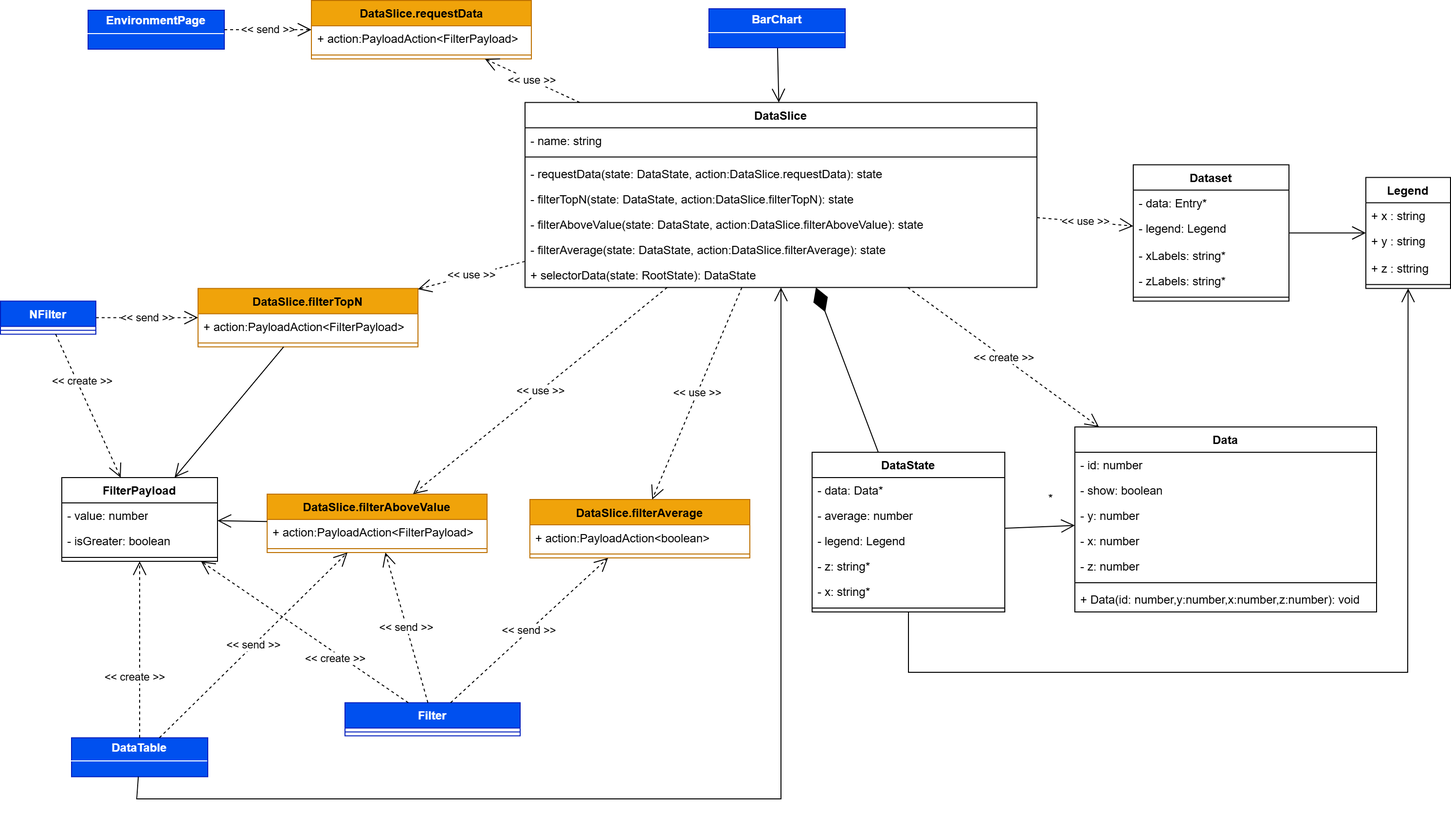
6BitBusters/6BitBusters.github.io keeps this draw.io diagram as Docs/PB/Generali Esterni/specifica_tecnica/template/images/uml_front/logic/dataslice.png. Above is the earlier version. Source tidied: cells renumbered, new cells last; positions are measured from the earlier drawing's top-left corner, leaving out a move shared by most shapes.
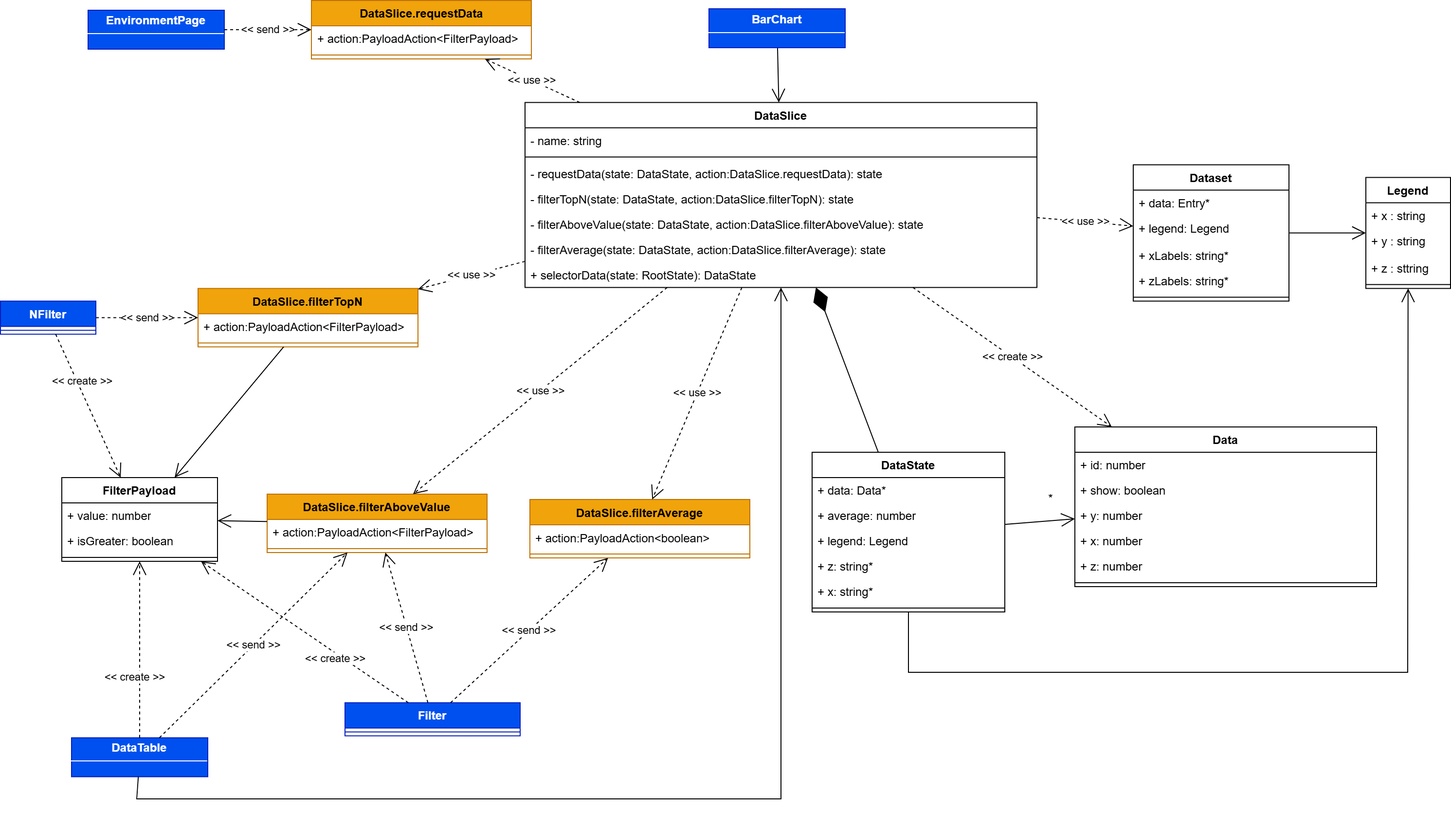
After the change.

Commit message:
change: attributi pubblici

What changed in the source:
```diff
@@ -14,12 +14,12 @@
     <mxCell id="5" value="FilterPayload" style="swimlane;fontStyle=1;align=center;verticalAlign=top;horizontal=1;startSize=26;whiteSpace=wrap;html=1;" parent="1" vertex="1">
       <mxGeometry x="63" y="490" width="160" height="86" as="geometry" />
     </mxCell>
-    <mxCell id="6" value="- value: number" style="text;strokeColor=none;fillColor=none;align=left;verticalAlign=top;spacingLeft=4;spacingRight=4;overflow=hidden;whiteSpace=wrap;html=1;" parent="5" vertex="1">
-      <mxGeometry y="26" width="160" height="26" as="geometry" />
-    </mxCell>
-    <mxCell id="7" value="- isGreater: boolean" style="text;strokeColor=none;fillColor=none;align=left;verticalAlign=top;spacingLeft=4;spacingRight=4;overflow=hidden;whiteSpace=wrap;html=1;" parent="5" vertex="1">
-      <mxGeometry y="52" width="160" height="26" as="geometry" />
-    </mxCell>
+    <mxCell id="82" value="+ value: number" style="text;strokeColor=none;fillColor=none;align=left;verticalAlign=top;spacingLeft=4;spacingRight=4;overflow=hidden;whiteSpace=wrap;html=1;" parent="5" vertex="1">
+      <mxGeometry y="26" width="160" height="26" as="geometry" />
+    </mxCell>
+    <mxCell id="83" value="+ isGreater: boolean" style="text;strokeColor=none;fillColor=none;align=left;verticalAlign=top;spacingLeft=4;spacingRight=4;overflow=hidden;whiteSpace=wrap;html=1;" parent="5" vertex="1">
+      <mxGeometry y="52" width="160" height="26" as="geometry" />
+    </mxCell>
     <mxCell id="8" style="line;strokeWidth=1;fillColor=none;align=left;verticalAlign=middle;spacingTop=-1;spacingLeft=3;spacingRight=3;labelPosition=right;strokeColor=inherit;" parent="5" vertex="1">
       <mxGeometry y="78" width="160" height="8" as="geometry" />
     </mxCell>
@@ -29,30 +29,30 @@
     <mxCell id="10" value="DataSlice.filterTopN" style="swimlane;fontStyle=1;align=center;verticalAlign=top;horizontal=1;startSize=26;whiteSpace=wrap;html=1;fillColor=#f0a30a;fontColor=#000000;strokeColor=#BD7000;" parent="1" vertex="1">
       <mxGeometry x="203" y="295.8" width="226" height="60" as="geometry" />
     </mxCell>
-    <mxCell id="11" value="+ action:PayloadAction&amp;lt;FilterPayload&amp;gt;" style="text;strokeColor=none;fillColor=none;align=left;verticalAlign=top;spacingLeft=4;spacingRight=4;overflow=hidden;whiteSpace=wrap;html=1;" parent="10" vertex="1">
-      <mxGeometry y="26" width="226" height="26" as="geometry" />
-    </mxCell>
-    <mxCell id="12" style="line;strokeWidth=1;fillColor=none;align=left;verticalAlign=middle;spacingTop=-1;spacingLeft=3;spacingRight=3;labelPosition=right;strokeColor=inherit;" parent="10" vertex="1">
-      <mxGeometry y="52" width="226" height="8" as="geometry" />
-    </mxCell>
+    <mxCell id="84" value="+ action:PayloadAction&amp;lt;FilterPayload&amp;gt;" style="text;strokeColor=none;fillColor=none;align=left;verticalAlign=top;spacingLeft=4;spacingRight=4;overflow=hidden;whiteSpace=wrap;html=1;" parent="10" vertex="1">
+      <mxGeometry y="26" width="226" height="26" as="geometry" />
+    </mxCell>
+    <mxCell id="85" style="line;strokeWidth=1;fillColor=none;align=left;verticalAlign=middle;spacingTop=-1;spacingLeft=3;spacingRight=3;labelPosition=right;strokeColor=inherit;" parent="10" vertex="1">
+      <mxGeometry y="52" width="226" height="8" as="geometry" />
+    </mxCell>
     <mxCell id="13" value="DataSlice.filterAboveValue" style="swimlane;fontStyle=1;align=center;verticalAlign=top;horizontal=1;startSize=26;whiteSpace=wrap;html=1;fillColor=#f0a30a;fontColor=#000000;strokeColor=#BD7000;" parent="1" vertex="1">
       <mxGeometry x="274" y="507" width="226" height="60" as="geometry" />
     </mxCell>
-    <mxCell id="14" value="+ action:PayloadAction&amp;lt;FilterPayload&amp;gt;" style="text;strokeColor=none;fillColor=none;align=left;verticalAlign=top;spacingLeft=4;spacingRight=4;overflow=hidden;whiteSpace=wrap;html=1;" parent="13" vertex="1">
-      <mxGeometry y="26" width="226" height="26" as="geometry" />
-    </mxCell>
-    <mxCell id="15" style="line;strokeWidth=1;fillColor=none;align=left;verticalAlign=middle;spacingTop=-1;spacingLeft=3;spacingRight=3;labelPosition=right;strokeColor=inherit;" parent="13" vertex="1">
-      <mxGeometry y="52" width="226" height="8" as="geometry" />
-    </mxCell>
+    <mxCell id="86" value="+ action:PayloadAction&amp;lt;FilterPayload&amp;gt;" style="text;strokeColor=none;fillColor=none;align=left;verticalAlign=top;spacingLeft=4;spacingRight=4;overflow=hidden;whiteSpace=wrap;html=1;" parent="13" vertex="1">
+      <mxGeometry y="26" width="226" height="26" as="geometry" />
+    </mxCell>
+    <mxCell id="87" style="line;strokeWidth=1;fillColor=none;align=left;verticalAlign=middle;spacingTop=-1;spacingLeft=3;spacingRight=3;labelPosition=right;strokeColor=inherit;" parent="13" vertex="1">
+      <mxGeometry y="52" width="226" height="8" as="geometry" />
+    </mxCell>
     <mxCell id="16" value="DataSlice.filterAverage" style="swimlane;fontStyle=1;align=center;verticalAlign=top;horizontal=1;startSize=26;whiteSpace=wrap;html=1;fillColor=#f0a30a;fontColor=#000000;strokeColor=#BD7000;" parent="1" vertex="1">
       <mxGeometry x="544" y="512.5" width="226" height="60" as="geometry" />
     </mxCell>
     <mxCell id="17" value="+ action:PayloadAction&amp;lt;boolean&amp;gt;" style="text;strokeColor=none;fillColor=none;align=left;verticalAlign=top;spacingLeft=4;spacingRight=4;overflow=hidden;whiteSpace=wrap;html=1;" parent="16" vertex="1">
       <mxGeometry y="26" width="226" height="26" as="geometry" />
     </mxCell>
-    <mxCell id="18" style="line;strokeWidth=1;fillColor=none;align=left;verticalAlign=middle;spacingTop=-1;spacingLeft=3;spacingRight=3;labelPosition=right;strokeColor=inherit;" parent="16" vertex="1">
-      <mxGeometry y="52" width="226" height="8" as="geometry" />
-    </mxCell>
+    <mxCell id="88" style="line;strokeWidth=1;fillColor=none;align=left;verticalAlign=middle;spacingTop=-1;spacingLeft=3;spacingRight=3;labelPosition=right;strokeColor=inherit;" parent="16" vertex="1">
+      <mxGeometry y="52" width="226" height="8" as="geometry" />
+    </mxCell>
     <mxCell id="19" style="endArrow=open;endFill=1;endSize=12;html=1;rounded=0;" parent="1" edge="1" source="10" target="5">
       <mxGeometry relative="1" as="geometry" />
     </mxCell>
@@ -143,38 +143,35 @@
       <mxGeometry y="164" width="526" height="26" as="geometry" />
     </mxCell>
     <mxCell id="47" value="Data" style="swimlane;fontStyle=1;align=center;verticalAlign=top;horizontal=1;startSize=26;whiteSpace=wrap;html=1;" parent="1" vertex="1">
-      <mxGeometry x="1104" y="438" width="310" height="190" as="geometry" />
+      <mxGeometry x="1104" y="438" width="310" height="164" as="geometry" />
     </mxCell>
-    <mxCell id="48" value="- id: number" style="text;strokeColor=none;fillColor=none;align=left;verticalAlign=top;spacingLeft=4;spacingRight=4;overflow=hidden;whiteSpace=wrap;html=1;" parent="47" vertex="1">
-      <mxGeometry y="26" width="310" height="26" as="geometry" />
-    </mxCell>
-    <mxCell id="49" value="- show: boolean" style="text;strokeColor=none;fillColor=none;align=left;verticalAlign=top;spacingLeft=4;spacingRight=4;overflow=hidden;whiteSpace=wrap;html=1;" parent="47" vertex="1">
-      <mxGeometry y="52" width="310" height="26" as="geometry" />
-    </mxCell>
-    <mxCell id="50" value="- y: number" style="text;strokeColor=none;fillColor=none;align=left;verticalAlign=top;spacingLeft=4;spacingRight=4;overflow=hidden;whiteSpace=wrap;html=1;" parent="47" vertex="1">
-      <mxGeometry y="78" width="310" height="26" as="geometry" />
-    </mxCell>
-    <mxCell id="51" value="- x: number" style="text;strokeColor=none;fillColor=none;align=left;verticalAlign=top;spacingLeft=4;spacingRight=4;overflow=hidden;whiteSpace=wrap;html=1;" parent="47" vertex="1">
-      <mxGeometry y="104" width="310" height="26" as="geometry" />
-    </mxCell>
-    <mxCell id="52" value="- z: number" style="text;strokeColor=none;fillColor=none;align=left;verticalAlign=top;spacingLeft=4;spacingRight=4;overflow=hidden;whiteSpace=wrap;html=1;" parent="47" vertex="1">
-      <mxGeometry y="130" width="310" height="26" as="geometry" />
-    </mxCell>
+    <mxCell id="89" value="+ id: number" style="text;strokeColor=none;fillColor=none;align=left;verticalAlign=top;spacingLeft=4;spacingRight=4;overflow=hidden;whiteSpace=wrap;html=1;" parent="47" vertex="1">
+      <mxGeometry y="26" width="310" height="26" as="geometry" />
+    </mxCell>
+    <mxCell id="90" value="+ show: boolean" style="text;strokeColor=none;fillColor=none;align=left;verticalAlign=top;spacingLeft=4;spacingRight=4;overflow=hidden;whiteSpace=wrap;html=1;" parent="47" vertex="1">
+      <mxGeometry y="52" width="310" height="26" as="geometry" />
+    </mxCell>
+    <mxCell id="91" value="+ y: number" style="text;strokeColor=none;fillColor=none;align=left;verticalAlign=top;spacingLeft=4;spacingRight=4;overflow=hidden;whiteSpace=wrap;html=1;" parent="47" vertex="1">
+      <mxGeometry y="78" width="310" height="26" as="geometry" />
+    </mxCell>
+    <mxCell id="92" value="+ x: number" style="text;strokeColor=none;fillColor=none;align=left;verticalAlign=top;spacingLeft=4;spacingRight=4;overflow=hidden;whiteSpace=wrap;html=1;" parent="47" vertex="1">
+      <mxGeometry y="104" width="310" height="26" as="geometry" />
+    </mxCell>
+    <mxCell id="93" value="+ z: number" style="text;strokeColor=none;fillColor=none;align=left;verticalAlign=top;spacingLeft=4;spacingRight=4;overflow=hidden;whiteSpace=wrap;html=1;" parent="47" vertex="1">
+      <mxGeometry y="130" width="310" height="26" as="geometry" />
+    </mxCell>
     <mxCell id="53" style="line;strokeWidth=1;fillColor=none;align=left;verticalAlign=middle;spacingTop=-1;spacingLeft=3;spacingRight=3;labelPosition=right;strokeColor=inherit;" parent="47" vertex="1">
       <mxGeometry y="156" width="310" height="8" as="geometry" />
     </mxCell>
-    <mxCell id="54" value="+ Data(id: number,y:number,x:number,z:number): void" style="text;strokeColor=none;fillColor=none;align=left;verticalAlign=top;spacingLeft=4;spacingRight=4;overflow=hidden;whiteSpace=wrap;html=1;" parent="47" vertex="1">
-      <mxGeometry y="164" width="310" height="26" as="geometry" />
-    </mxCell>
     <mxCell id="55" value="DataSlice.requestData" style="swimlane;fontStyle=1;align=center;verticalAlign=top;horizontal=1;startSize=26;whiteSpace=wrap;html=1;fillColor=#f0a30a;fontColor=#000000;strokeColor=#BD7000;" parent="1" vertex="1">
       <mxGeometry x="319.5" width="226" height="60" as="geometry" />
     </mxCell>
-    <mxCell id="56" value="+ action:PayloadAction&amp;lt;FilterPayload&amp;gt;" style="text;strokeColor=none;fillColor=none;align=left;verticalAlign=top;spacingLeft=4;spacingRight=4;overflow=hidden;whiteSpace=wrap;html=1;" parent="55" vertex="1">
-      <mxGeometry y="26" width="226" height="26" as="geometry" />
-    </mxCell>
-    <mxCell id="57" style="line;strokeWidth=1;fillColor=none;align=left;verticalAlign=middle;spacingTop=-1;spacingLeft=3;spacingRight=3;labelPosition=right;strokeColor=inherit;" parent="55" vertex="1">
-      <mxGeometry y="52" width="226" height="8" as="geometry" />
-    </mxCell>
+    <mxCell id="94" value="+ action:PayloadAction&amp;lt;FilterPayload&amp;gt;" style="text;strokeColor=none;fillColor=none;align=left;verticalAlign=top;spacingLeft=4;spacingRight=4;overflow=hidden;whiteSpace=wrap;html=1;" parent="55" vertex="1">
+      <mxGeometry y="26" width="226" height="26" as="geometry" />
+    </mxCell>
+    <mxCell id="95" style="line;strokeWidth=1;fillColor=none;align=left;verticalAlign=middle;spacingTop=-1;spacingLeft=3;spacingRight=3;labelPosition=right;strokeColor=inherit;" parent="55" vertex="1">
+      <mxGeometry y="52" width="226" height="8" as="geometry" />
+    </mxCell>
     <mxCell id="58" value="&amp;lt;&amp;lt; use &amp;gt;&amp;gt;" style="endArrow=open;endSize=12;dashed=1;html=1;rounded=0;" parent="1" edge="1" source="39" target="55">
       <mxGeometry relative="1" as="geometry" />
     </mxCell>
@@ -190,39 +187,39 @@
     <mxCell id="62" value="DataState" style="swimlane;fontStyle=1;align=center;verticalAlign=top;horizontal=1;startSize=26;whiteSpace=wrap;html=1;" parent="1" vertex="1">
       <mxGeometry x="834" y="464" width="198" height="164" as="geometry" />
     </mxCell>
-    <mxCell id="63" value="&lt;div&gt;- data: Data*&lt;/div&gt;" style="text;strokeColor=none;fillColor=none;align=left;verticalAlign=top;spacingLeft=4;spacingRight=4;overflow=hidden;whiteSpace=wrap;html=1;" parent="62" vertex="1">
-      <mxGeometry y="26" width="198" height="26" as="geometry" />
-    </mxCell>
-    <mxCell id="64" value="- average: number" style="text;strokeColor=none;fillColor=none;align=left;verticalAlign=top;spacingLeft=4;spacingRight=4;overflow=hidden;whiteSpace=wrap;html=1;" parent="62" vertex="1">
-      <mxGeometry y="52" width="198" height="26" as="geometry" />
-    </mxCell>
-    <mxCell id="65" value="- legend: Legend" style="text;strokeColor=none;fillColor=none;align=left;verticalAlign=top;spacingLeft=4;spacingRight=4;overflow=hidden;whiteSpace=wrap;html=1;" parent="62" vertex="1">
-      <mxGeometry y="78" width="198" height="26" as="geometry" />
-    </mxCell>
-    <mxCell id="66" value="- z: string*" style="text;strokeColor=none;fillColor=none;align=left;verticalAlign=top;spacingLeft=4;spacingRight=4;overflow=hidden;whiteSpace=wrap;html=1;" parent="62" vertex="1">
-      <mxGeometry y="104" width="198" height="26" as="geometry" />
-    </mxCell>
-    <mxCell id="67" value="- x: string*" style="text;strokeColor=none;fillColor=none;align=left;verticalAlign=top;spacingLeft=4;spacingRight=4;overflow=hidden;whiteSpace=wrap;html=1;" parent="62" vertex="1">
-      <mxGeometry y="130" width="198" height="26" as="geometry" />
-    </mxCell>
+    <mxCell id="96" value="&lt;div&gt;+ data: Data*&lt;/div&gt;" style="text;strokeColor=none;fillColor=none;align=left;verticalAlign=top;spacingLeft=4;spacingRight=4;overflow=hidden;whiteSpace=wrap;html=1;" parent="62" vertex="1">
+      <mxGeometry y="26" width="198" height="26" as="geometry" />
+    </mxCell>
+    <mxCell id="97" value="+ average: number" style="text;strokeColor=none;fillColor=none;align=left;verticalAlign=top;spacingLeft=4;spacingRight=4;overflow=hidden;whiteSpace=wrap;html=1;" parent="62" vertex="1">
+      <mxGeometry y="52" width="198" height="26" as="geometry" />
+    </mxCell>
+    <mxCell id="98" value="+ legend: Legend" style="text;strokeColor=none;fillColor=none;align=left;verticalAlign=top;spacingLeft=4;spacingRight=4;overflow=hidden;whiteSpace=wrap;html=1;" parent="62" vertex="1">
+      <mxGeometry y="78" width="198" height="26" as="geometry" />
+    </mxCell>
+    <mxCell id="99" value="+ z: string*" style="text;strokeColor=none;fillColor=none;align=left;verticalAlign=top;spacingLeft=4;spacingRight=4;overflow=hidden;whiteSpace=wrap;html=1;" parent="62" vertex="1">
+      <mxGeometry y="104" width="198" height="26" as="geometry" />
+    </mxCell>
+    <mxCell id="100" value="+ x: string*" style="text;strokeColor=none;fillColor=none;align=left;verticalAlign=top;spacingLeft=4;spacingRight=4;overflow=hidden;whiteSpace=wrap;html=1;" parent="62" vertex="1">
+      <mxGeometry y="130" width="198" height="26" as="geometry" />
+    </mxCell>
     <mxCell id="68" style="line;strokeWidth=1;fillColor=none;align=left;verticalAlign=middle;spacingTop=-1;spacingLeft=3;spacingRight=3;labelPosition=right;strokeColor=inherit;" parent="62" vertex="1">
       <mxGeometry y="156" width="198" height="8" as="geometry" />
     </mxCell>
     <mxCell id="69" value="Dataset" style="swimlane;fontStyle=1;align=center;verticalAlign=top;horizontal=1;startSize=26;whiteSpace=wrap;html=1;" parent="1" vertex="1">
       <mxGeometry x="1164" y="168.8" width="160" height="140" as="geometry" />
     </mxCell>
-    <mxCell id="70" value="- data: Entry*" style="text;strokeColor=none;fillColor=none;align=left;verticalAlign=top;spacingLeft=4;spacingRight=4;overflow=hidden;whiteSpace=wrap;html=1;" parent="69" vertex="1">
-      <mxGeometry y="26" width="160" height="26" as="geometry" />
-    </mxCell>
-    <mxCell id="71" value="- legend: Legend" style="text;strokeColor=none;fillColor=none;align=left;verticalAlign=top;spacingLeft=4;spacingRight=4;overflow=hidden;whiteSpace=wrap;html=1;" parent="69" vertex="1">
-      <mxGeometry y="52" width="160" height="28" as="geometry" />
-    </mxCell>
-    <mxCell id="72" value="- xLabels: string*" style="text;strokeColor=none;fillColor=none;align=left;verticalAlign=top;spacingLeft=4;spacingRight=4;overflow=hidden;whiteSpace=wrap;html=1;" parent="69" vertex="1">
-      <mxGeometry y="80" width="160" height="26" as="geometry" />
-    </mxCell>
-    <mxCell id="73" value="&lt;div&gt;- zLabels: string*&lt;/div&gt;" style="text;strokeColor=none;fillColor=none;align=left;verticalAlign=top;spacingLeft=4;spacingRight=4;overflow=hidden;whiteSpace=wrap;html=1;" parent="69" vertex="1">
-      <mxGeometry y="106" width="160" height="26" as="geometry" />
-    </mxCell>
+    <mxCell id="101" value="+ data: Entry*" style="text;strokeColor=none;fillColor=none;align=left;verticalAlign=top;spacingLeft=4;spacingRight=4;overflow=hidden;whiteSpace=wrap;html=1;" parent="69" vertex="1">
+      <mxGeometry y="26" width="160" height="26" as="geometry" />
+    </mxCell>
+    <mxCell id="102" value="+ legend: Legend" style="text;strokeColor=none;fillColor=none;align=left;verticalAlign=top;spacingLeft=4;spacingRight=4;overflow=hidden;whiteSpace=wrap;html=1;" parent="69" vertex="1">
+      <mxGeometry y="52" width="160" height="28" as="geometry" />
+    </mxCell>
+    <mxCell id="103" value="+ xLabels: string*" style="text;strokeColor=none;fillColor=none;align=left;verticalAlign=top;spacingLeft=4;spacingRight=4;overflow=hidden;whiteSpace=wrap;html=1;" parent="69" vertex="1">
+      <mxGeometry y="80" width="160" height="26" as="geometry" />
+    </mxCell>
+    <mxCell id="104" value="&lt;div&gt;+ zLabels: string*&lt;/div&gt;" style="text;strokeColor=none;fillColor=none;align=left;verticalAlign=top;spacingLeft=4;spacingRight=4;overflow=hidden;whiteSpace=wrap;html=1;" parent="69" vertex="1">
+      <mxGeometry y="106" width="160" height="26" as="geometry" />
+    </mxCell>
     <mxCell id="74" style="line;strokeWidth=1;fillColor=none;align=left;verticalAlign=middle;spacingTop=-1;spacingLeft=3;spacingRight=3;labelPosition=right;strokeColor=inherit;" parent="69" vertex="1">
       <mxGeometry y="132" width="160" height="8" as="geometry" />
     </mxCell>
```
